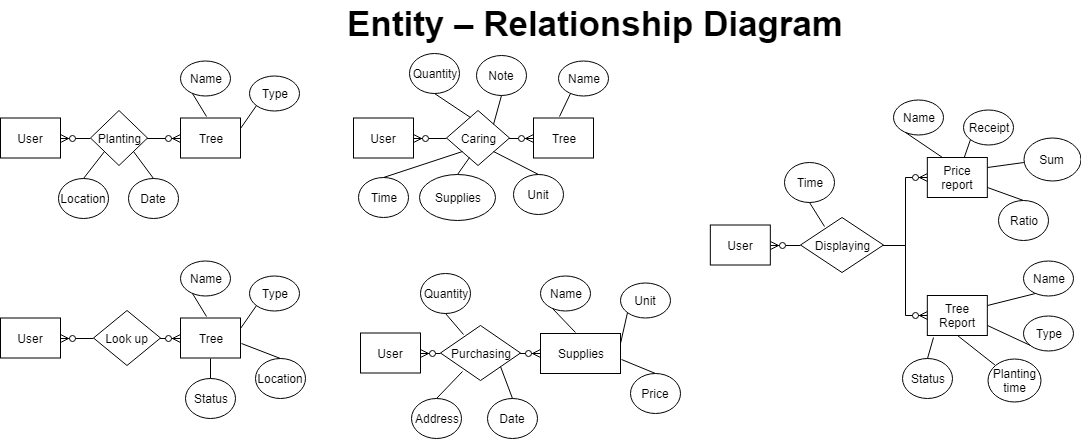
The draw.io diagram Diagram/ERD2.png in phungorquan/TREE-MANAGEMENT-AT-SCHOOL, before a commit. Source tidied: cells renumbered, new cells last; positions are measured from the earlier drawing's top-left corner, leaving out a move shared by most shapes. Source of this version:
```xml
<mxGraphModel>
  <root>
    <mxCell id="0" />
    <mxCell id="1" parent="0" />
    <mxCell id="2" value="User" style="rounded=0;whiteSpace=wrap;html=1;" parent="1" vertex="1">
      <mxGeometry y="117.5" width="60" height="40" as="geometry" />
    </mxCell>
    <mxCell id="3" style="edgeStyle=orthogonalEdgeStyle;rounded=0;jettySize=auto;html=1;endArrow=ERzeroToMany;endFill=1;" parent="1" edge="1" source="5" target="6">
      <mxGeometry relative="1" as="geometry" />
    </mxCell>
    <mxCell id="4" style="edgeStyle=orthogonalEdgeStyle;rounded=0;jettySize=auto;html=1;exitX=0;exitY=0.5;exitDx=0;exitDy=0;entryX=1;entryY=0.5;entryDx=0;entryDy=0;endArrow=ERzeroToMany;endFill=1;" parent="1" edge="1" source="5" target="2">
      <mxGeometry relative="1" as="geometry" />
    </mxCell>
    <mxCell id="5" value="Planting" style="rhombus;whiteSpace=wrap;html=1;" parent="1" vertex="1">
      <mxGeometry x="90" y="110" width="57" height="55" as="geometry" />
    </mxCell>
    <mxCell id="6" value="Tree" style="rounded=0;whiteSpace=wrap;html=1;" parent="1" vertex="1">
      <mxGeometry x="180" y="117.5" width="60" height="40" as="geometry" />
    </mxCell>
    <mxCell id="7" value="Type" style="ellipse;whiteSpace=wrap;html=1;" parent="1" vertex="1">
      <mxGeometry x="248.5" y="75" width="50" height="35" as="geometry" />
    </mxCell>
    <mxCell id="8" value="Date" style="ellipse;whiteSpace=wrap;html=1;" parent="1" vertex="1">
      <mxGeometry x="128" y="177.5" width="50" height="40" as="geometry" />
    </mxCell>
    <mxCell id="9" value="Location" style="ellipse;whiteSpace=wrap;html=1;" parent="1" vertex="1">
      <mxGeometry x="58" y="177.5" width="50" height="40" as="geometry" />
    </mxCell>
    <mxCell id="10" value="Name" style="ellipse;whiteSpace=wrap;html=1;" parent="1" vertex="1">
      <mxGeometry x="180" y="60" width="50" height="35" as="geometry" />
    </mxCell>
    <mxCell id="11" style="endArrow=none;html=1;entryX=0.439;entryY=-0.033;entryDx=0;entryDy=0;entryPerimeter=0;exitX=0.247;exitY=0.938;exitDx=0;exitDy=0;exitPerimeter=0;" parent="1" edge="1" source="10" target="6">
      <mxGeometry relative="1" as="geometry" />
    </mxCell>
    <mxCell id="12" style="endArrow=none;html=1;entryX=1;entryY=0.25;entryDx=0;entryDy=0;exitX=0;exitY=1;exitDx=0;exitDy=0;" parent="1" edge="1" source="7" target="6">
      <mxGeometry relative="1" as="geometry" />
    </mxCell>
    <mxCell id="13" style="endArrow=none;html=1;entryX=0.5;entryY=0;entryDx=0;entryDy=0;exitX=1;exitY=1;exitDx=0;exitDy=0;" parent="1" edge="1" source="5" target="8">
      <mxGeometry relative="1" as="geometry" />
    </mxCell>
    <mxCell id="14" style="endArrow=none;html=1;entryX=0.5;entryY=0;entryDx=0;entryDy=0;exitX=0;exitY=1;exitDx=0;exitDy=0;" parent="1" edge="1" source="5" target="9">
      <mxGeometry relative="1" as="geometry" />
    </mxCell>
    <mxCell id="15" value="User" style="rounded=0;whiteSpace=wrap;html=1;" parent="1" vertex="1">
      <mxGeometry x="353" y="117.5" width="60" height="40" as="geometry" />
    </mxCell>
    <mxCell id="16" style="edgeStyle=orthogonalEdgeStyle;rounded=0;jettySize=auto;html=1;endArrow=ERzeroToMany;endFill=1;" parent="1" edge="1" source="18" target="19">
      <mxGeometry relative="1" as="geometry" />
    </mxCell>
    <mxCell id="17" style="edgeStyle=orthogonalEdgeStyle;rounded=0;jettySize=auto;html=1;exitX=0;exitY=0.5;exitDx=0;exitDy=0;entryX=1;entryY=0.5;entryDx=0;entryDy=0;endArrow=ERzeroToMany;endFill=1;" parent="1" edge="1" source="18" target="15">
      <mxGeometry relative="1" as="geometry" />
    </mxCell>
    <mxCell id="18" value="Caring" style="rhombus;whiteSpace=wrap;html=1;" parent="1" vertex="1">
      <mxGeometry x="446" y="110" width="63" height="55" as="geometry" />
    </mxCell>
    <mxCell id="19" value="Tree" style="rounded=0;whiteSpace=wrap;html=1;" parent="1" vertex="1">
      <mxGeometry x="533" y="117.5" width="60" height="40" as="geometry" />
    </mxCell>
    <mxCell id="20" value="Unit" style="ellipse;whiteSpace=wrap;html=1;" parent="1" vertex="1">
      <mxGeometry x="513" y="174" width="50" height="40" as="geometry" />
    </mxCell>
    <mxCell id="21" value="Time" style="ellipse;whiteSpace=wrap;html=1;" parent="1" vertex="1">
      <mxGeometry x="358" y="177" width="50" height="40" as="geometry" />
    </mxCell>
    <mxCell id="22" value="Name" style="ellipse;whiteSpace=wrap;html=1;" parent="1" vertex="1">
      <mxGeometry x="558" y="60" width="50" height="35" as="geometry" />
    </mxCell>
    <mxCell id="23" style="endArrow=none;html=1;entryX=0.439;entryY=-0.033;entryDx=0;entryDy=0;entryPerimeter=0;exitX=0.247;exitY=0.938;exitDx=0;exitDy=0;exitPerimeter=0;" parent="1" edge="1" source="22" target="19">
      <mxGeometry relative="1" as="geometry" />
    </mxCell>
    <mxCell id="24" style="endArrow=none;html=1;entryX=0.5;entryY=0;entryDx=0;entryDy=0;exitX=1;exitY=1;exitDx=0;exitDy=0;" parent="1" edge="1" source="18" target="20">
      <mxGeometry relative="1" as="geometry" />
    </mxCell>
    <mxCell id="25" style="endArrow=none;html=1;entryX=0.5;entryY=0;entryDx=0;entryDy=0;exitX=0;exitY=1;exitDx=0;exitDy=0;" parent="1" edge="1" source="18" target="21">
      <mxGeometry relative="1" as="geometry" />
    </mxCell>
    <mxCell id="26" value="Note" style="ellipse;whiteSpace=wrap;html=1;" parent="1" vertex="1">
      <mxGeometry x="476" y="55" width="50" height="40" as="geometry" />
    </mxCell>
    <mxCell id="27" value="Quantity" style="ellipse;whiteSpace=wrap;html=1;" parent="1" vertex="1">
      <mxGeometry x="409" y="52.5" width="50" height="40" as="geometry" />
    </mxCell>
    <mxCell id="28" value="Supplies" style="ellipse;whiteSpace=wrap;html=1;" parent="1" vertex="1">
      <mxGeometry x="419" y="174" width="76" height="46" as="geometry" />
    </mxCell>
    <mxCell id="29" style="endArrow=none;html=1;entryX=0.5;entryY=1;entryDx=0;entryDy=0;exitX=1;exitY=0;exitDx=0;exitDy=0;" parent="1" edge="1" source="18" target="26">
      <mxGeometry relative="1" as="geometry" />
    </mxCell>
    <mxCell id="30" style="endArrow=none;html=1;entryX=0.5;entryY=1;entryDx=0;entryDy=0;exitX=0.387;exitY=0.121;exitDx=0;exitDy=0;exitPerimeter=0;" parent="1" edge="1" source="18" target="27">
      <mxGeometry relative="1" as="geometry" />
    </mxCell>
    <mxCell id="31" style="endArrow=none;html=1;entryX=0.5;entryY=0;entryDx=0;entryDy=0;exitX=0.373;exitY=0.848;exitDx=0;exitDy=0;exitPerimeter=0;" parent="1" edge="1" source="18" target="28">
      <mxGeometry relative="1" as="geometry" />
    </mxCell>
    <mxCell id="32" value="User" style="rounded=0;whiteSpace=wrap;html=1;" parent="1" vertex="1">
      <mxGeometry y="317.5" width="60" height="40" as="geometry" />
    </mxCell>
    <mxCell id="33" style="edgeStyle=orthogonalEdgeStyle;rounded=0;jettySize=auto;html=1;endArrow=ERzeroToMany;endFill=1;" parent="1" edge="1" source="35" target="36">
      <mxGeometry relative="1" as="geometry" />
    </mxCell>
    <mxCell id="34" style="edgeStyle=orthogonalEdgeStyle;rounded=0;jettySize=auto;html=1;exitX=0;exitY=0.5;exitDx=0;exitDy=0;entryX=1;entryY=0.5;entryDx=0;entryDy=0;endArrow=ERzeroToMany;endFill=1;" parent="1" edge="1" source="35" target="32">
      <mxGeometry relative="1" as="geometry" />
    </mxCell>
    <mxCell id="35" value="Look up" style="rhombus;whiteSpace=wrap;html=1;" parent="1" vertex="1">
      <mxGeometry x="93" y="310" width="67" height="55" as="geometry" />
    </mxCell>
    <mxCell id="36" value="Tree" style="rounded=0;whiteSpace=wrap;html=1;" parent="1" vertex="1">
      <mxGeometry x="180" y="317.5" width="60" height="40" as="geometry" />
    </mxCell>
    <mxCell id="37" value="Type" style="ellipse;whiteSpace=wrap;html=1;" parent="1" vertex="1">
      <mxGeometry x="248.5" y="275" width="50" height="35" as="geometry" />
    </mxCell>
    <mxCell id="38" value="Status" style="ellipse;whiteSpace=wrap;html=1;" parent="1" vertex="1">
      <mxGeometry x="185" y="377.5" width="50" height="40" as="geometry" />
    </mxCell>
    <mxCell id="39" value="Location" style="ellipse;whiteSpace=wrap;html=1;" parent="1" vertex="1">
      <mxGeometry x="255" y="357.5" width="50" height="40" as="geometry" />
    </mxCell>
    <mxCell id="40" value="Name" style="ellipse;whiteSpace=wrap;html=1;" parent="1" vertex="1">
      <mxGeometry x="180" y="260" width="50" height="35" as="geometry" />
    </mxCell>
    <mxCell id="41" style="endArrow=none;html=1;entryX=0.439;entryY=-0.033;entryDx=0;entryDy=0;entryPerimeter=0;exitX=0.247;exitY=0.938;exitDx=0;exitDy=0;exitPerimeter=0;" parent="1" edge="1" source="40" target="36">
      <mxGeometry relative="1" as="geometry" />
    </mxCell>
    <mxCell id="42" style="endArrow=none;html=1;entryX=1;entryY=0.25;entryDx=0;entryDy=0;exitX=0;exitY=1;exitDx=0;exitDy=0;" parent="1" edge="1" source="37" target="36">
      <mxGeometry relative="1" as="geometry" />
    </mxCell>
    <mxCell id="43" style="endArrow=none;html=1;entryX=0.5;entryY=0;entryDx=0;entryDy=0;exitX=0.5;exitY=1;exitDx=0;exitDy=0;" parent="1" edge="1" source="36" target="38">
      <mxGeometry relative="1" as="geometry" />
    </mxCell>
    <mxCell id="44" style="endArrow=none;html=1;entryX=0.5;entryY=0;entryDx=0;entryDy=0;exitX=1.017;exitY=0.646;exitDx=0;exitDy=0;exitPerimeter=0;" parent="1" edge="1" source="36" target="39">
      <mxGeometry relative="1" as="geometry" />
    </mxCell>
    <mxCell id="45" value="User" style="rounded=0;whiteSpace=wrap;html=1;" parent="1" vertex="1">
      <mxGeometry x="360" y="332.5" width="60" height="40" as="geometry" />
    </mxCell>
    <mxCell id="46" style="edgeStyle=orthogonalEdgeStyle;rounded=0;jettySize=auto;html=1;endArrow=ERzeroToMany;endFill=1;" parent="1" edge="1" source="48" target="49">
      <mxGeometry relative="1" as="geometry" />
    </mxCell>
    <mxCell id="47" style="edgeStyle=orthogonalEdgeStyle;rounded=0;jettySize=auto;html=1;exitX=0;exitY=0.5;exitDx=0;exitDy=0;entryX=1;entryY=0.5;entryDx=0;entryDy=0;endArrow=ERzeroToMany;endFill=1;" parent="1" edge="1" source="48" target="45">
      <mxGeometry relative="1" as="geometry" />
    </mxCell>
    <mxCell id="48" value="Purchasing" style="rhombus;whiteSpace=wrap;html=1;" parent="1" vertex="1">
      <mxGeometry x="440" y="325" width="80" height="55" as="geometry" />
    </mxCell>
    <mxCell id="49" value="Supplies" style="rounded=0;whiteSpace=wrap;html=1;" parent="1" vertex="1">
      <mxGeometry x="540" y="333" width="80" height="40" as="geometry" />
    </mxCell>
    <mxCell id="50" value="Unit" style="ellipse;whiteSpace=wrap;html=1;" parent="1" vertex="1">
      <mxGeometry x="620" y="282.5" width="50" height="35" as="geometry" />
    </mxCell>
    <mxCell id="51" value="Price" style="ellipse;whiteSpace=wrap;html=1;" parent="1" vertex="1">
      <mxGeometry x="630" y="372.5" width="50" height="40" as="geometry" />
    </mxCell>
    <mxCell id="52" value="Name" style="ellipse;whiteSpace=wrap;html=1;" parent="1" vertex="1">
      <mxGeometry x="540" y="275" width="50" height="35" as="geometry" />
    </mxCell>
    <mxCell id="53" style="endArrow=none;html=1;entryX=0.439;entryY=-0.033;entryDx=0;entryDy=0;entryPerimeter=0;exitX=0.247;exitY=0.938;exitDx=0;exitDy=0;exitPerimeter=0;" parent="1" edge="1" source="52" target="49">
      <mxGeometry relative="1" as="geometry" />
    </mxCell>
    <mxCell id="54" style="endArrow=none;html=1;entryX=1;entryY=0.25;entryDx=0;entryDy=0;exitX=0;exitY=1;exitDx=0;exitDy=0;" parent="1" edge="1" source="50" target="49">
      <mxGeometry relative="1" as="geometry" />
    </mxCell>
    <mxCell id="55" style="endArrow=none;html=1;entryX=0.5;entryY=0;entryDx=0;entryDy=0;exitX=1.017;exitY=0.646;exitDx=0;exitDy=0;exitPerimeter=0;" parent="1" edge="1" source="49" target="51">
      <mxGeometry relative="1" as="geometry" />
    </mxCell>
    <mxCell id="56" value="Address" style="ellipse;whiteSpace=wrap;html=1;" parent="1" vertex="1">
      <mxGeometry x="410.5" y="397.5" width="50" height="40" as="geometry" />
    </mxCell>
    <mxCell id="57" value="Quantity" style="ellipse;whiteSpace=wrap;html=1;" parent="1" vertex="1">
      <mxGeometry x="420" y="272.5" width="50" height="40" as="geometry" />
    </mxCell>
    <mxCell id="58" value="Date" style="ellipse;whiteSpace=wrap;html=1;" parent="1" vertex="1">
      <mxGeometry x="487" y="397.5" width="50" height="40" as="geometry" />
    </mxCell>
    <mxCell id="59" style="endArrow=none;html=1;entryX=0.28;entryY=0.83;entryDx=0;entryDy=0;entryPerimeter=0;exitX=0.5;exitY=0;exitDx=0;exitDy=0;" parent="1" edge="1" source="56" target="48">
      <mxGeometry relative="1" as="geometry" />
    </mxCell>
    <mxCell id="60" style="endArrow=none;html=1;entryX=1;entryY=1;entryDx=0;entryDy=0;exitX=0.5;exitY=0;exitDx=0;exitDy=0;" parent="1" edge="1" source="58" target="48">
      <mxGeometry relative="1" as="geometry" />
    </mxCell>
    <mxCell id="61" style="endArrow=none;html=1;entryX=0.293;entryY=0.164;entryDx=0;entryDy=0;entryPerimeter=0;exitX=0.5;exitY=1;exitDx=0;exitDy=0;" parent="1" edge="1" source="57" target="48">
      <mxGeometry relative="1" as="geometry" />
    </mxCell>
    <mxCell id="62" value="User" style="rounded=0;whiteSpace=wrap;html=1;" parent="1" vertex="1">
      <mxGeometry x="709.8" y="224.5" width="60" height="40" as="geometry" />
    </mxCell>
    <mxCell id="63" style="edgeStyle=orthogonalEdgeStyle;rounded=0;jettySize=auto;html=1;exitX=0;exitY=0.5;exitDx=0;exitDy=0;entryX=1;entryY=0.5;entryDx=0;entryDy=0;endArrow=ERzeroToMany;endFill=1;" parent="1" edge="1" source="66" target="62">
      <mxGeometry relative="1" as="geometry" />
    </mxCell>
    <mxCell id="64" style="edgeStyle=orthogonalEdgeStyle;rounded=0;jettySize=auto;html=1;exitX=1;exitY=0.5;exitDx=0;exitDy=0;entryX=0;entryY=0.5;entryDx=0;entryDy=0;endArrow=ERzeroToMany;endFill=1;" parent="1" edge="1" source="66" target="67">
      <mxGeometry relative="1" as="geometry" />
    </mxCell>
    <mxCell id="65" style="edgeStyle=orthogonalEdgeStyle;rounded=0;jettySize=auto;html=1;entryX=0;entryY=0.5;entryDx=0;entryDy=0;endArrow=ERzeroToMany;endFill=1;" parent="1" edge="1" source="66" target="78">
      <mxGeometry relative="1" as="geometry" />
    </mxCell>
    <mxCell id="66" value="Displaying" style="rhombus;whiteSpace=wrap;html=1;" parent="1" vertex="1">
      <mxGeometry x="800" y="217" width="83" height="55" as="geometry" />
    </mxCell>
    <mxCell id="67" value="Price report" style="rounded=0;whiteSpace=wrap;html=1;" parent="1" vertex="1">
      <mxGeometry x="926.8" y="157" width="60" height="40" as="geometry" />
    </mxCell>
    <mxCell id="68" value="Receipt" style="ellipse;whiteSpace=wrap;html=1;" parent="1" vertex="1">
      <mxGeometry x="962.8" y="109.5" width="50" height="35" as="geometry" />
    </mxCell>
    <mxCell id="69" value="Sum" style="ellipse;whiteSpace=wrap;html=1;" parent="1" vertex="1">
      <mxGeometry x="1023" y="137" width="57" height="43" as="geometry" />
    </mxCell>
    <mxCell id="70" value="Name" style="ellipse;whiteSpace=wrap;html=1;" parent="1" vertex="1">
      <mxGeometry x="892.8" y="99.5" width="50" height="35" as="geometry" />
    </mxCell>
    <mxCell id="71" style="endArrow=none;html=1;entryX=0.25;entryY=0;entryDx=0;entryDy=0;exitX=0.247;exitY=0.938;exitDx=0;exitDy=0;exitPerimeter=0;" parent="1" edge="1" source="70" target="67">
      <mxGeometry relative="1" as="geometry" />
    </mxCell>
    <mxCell id="72" style="endArrow=none;html=1;exitX=0;exitY=1;exitDx=0;exitDy=0;" parent="1" edge="1" source="68" target="67">
      <mxGeometry relative="1" as="geometry" />
    </mxCell>
    <mxCell id="73" style="endArrow=none;html=1;exitX=1;exitY=0.25;exitDx=0;exitDy=0;" parent="1" edge="1" source="67" target="69">
      <mxGeometry relative="1" as="geometry" />
    </mxCell>
    <mxCell id="74" value="Time" style="ellipse;whiteSpace=wrap;html=1;" parent="1" vertex="1">
      <mxGeometry x="784.3" y="162" width="50" height="40" as="geometry" />
    </mxCell>
    <mxCell id="75" style="endArrow=none;html=1;entryX=0.293;entryY=0.164;entryDx=0;entryDy=0;entryPerimeter=0;exitX=0.5;exitY=1;exitDx=0;exitDy=0;" parent="1" edge="1" source="74" target="66">
      <mxGeometry relative="1" as="geometry" />
    </mxCell>
    <mxCell id="76" value="Ratio" style="ellipse;whiteSpace=wrap;html=1;" parent="1" vertex="1">
      <mxGeometry x="997.8" y="199.5" width="50" height="40" as="geometry" />
    </mxCell>
    <mxCell id="77" style="endArrow=none;html=1;entryX=0.5;entryY=0;entryDx=0;entryDy=0;exitX=1;exitY=0.75;exitDx=0;exitDy=0;" parent="1" edge="1" source="67" target="76">
      <mxGeometry relative="1" as="geometry" />
    </mxCell>
    <mxCell id="78" value="Tree Report" style="rounded=0;whiteSpace=wrap;html=1;" parent="1" vertex="1">
      <mxGeometry x="926.8" y="295" width="60" height="40" as="geometry" />
    </mxCell>
    <mxCell id="79" value="Type" style="ellipse;whiteSpace=wrap;html=1;" parent="1" vertex="1">
      <mxGeometry x="1022.8" y="315" width="50" height="35" as="geometry" />
    </mxCell>
    <mxCell id="80" value="Planting&lt;br&gt;time&lt;br&gt;" style="ellipse;whiteSpace=wrap;html=1;" parent="1" vertex="1">
      <mxGeometry x="987" y="358" width="53" height="43" as="geometry" />
    </mxCell>
    <mxCell id="81" value="Name" style="ellipse;whiteSpace=wrap;html=1;" parent="1" vertex="1">
      <mxGeometry x="1022.8" y="260" width="50" height="35" as="geometry" />
    </mxCell>
    <mxCell id="82" style="endArrow=none;html=1;entryX=1;entryY=0.25;entryDx=0;entryDy=0;exitX=0.247;exitY=0.938;exitDx=0;exitDy=0;exitPerimeter=0;" parent="1" edge="1" source="81" target="78">
      <mxGeometry relative="1" as="geometry" />
    </mxCell>
    <mxCell id="83" style="endArrow=none;html=1;exitX=0;exitY=1;exitDx=0;exitDy=0;entryX=1;entryY=0.75;entryDx=0;entryDy=0;" parent="1" edge="1" source="79" target="78">
      <mxGeometry relative="1" as="geometry" />
    </mxCell>
    <mxCell id="84" style="endArrow=none;html=1;exitX=0.5;exitY=1;exitDx=0;exitDy=0;" parent="1" edge="1" source="78" target="80">
      <mxGeometry relative="1" as="geometry" />
    </mxCell>
    <mxCell id="85" value="Status" style="ellipse;whiteSpace=wrap;html=1;" parent="1" vertex="1">
      <mxGeometry x="901.8" y="357.5" width="50" height="40" as="geometry" />
    </mxCell>
    <mxCell id="86" style="endArrow=none;html=1;entryX=0.5;entryY=0;entryDx=0;entryDy=0;exitX=0.108;exitY=1.046;exitDx=0;exitDy=0;exitPerimeter=0;" parent="1" edge="1" source="78" target="85">
      <mxGeometry relative="1" as="geometry" />
    </mxCell>
    <mxCell id="87" value="&lt;b&gt;&lt;font style=&quot;font-size: 35px&quot;&gt;Entity – Relationship Diagram&lt;/font&gt;&lt;/b&gt;" style="text;html=1;align=left;verticalAlign=top;spacingTop=-4;" parent="1" vertex="1">
      <mxGeometry x="345" width="510" height="20" as="geometry" />
    </mxCell>
  </root>
</mxGraphModel>
```
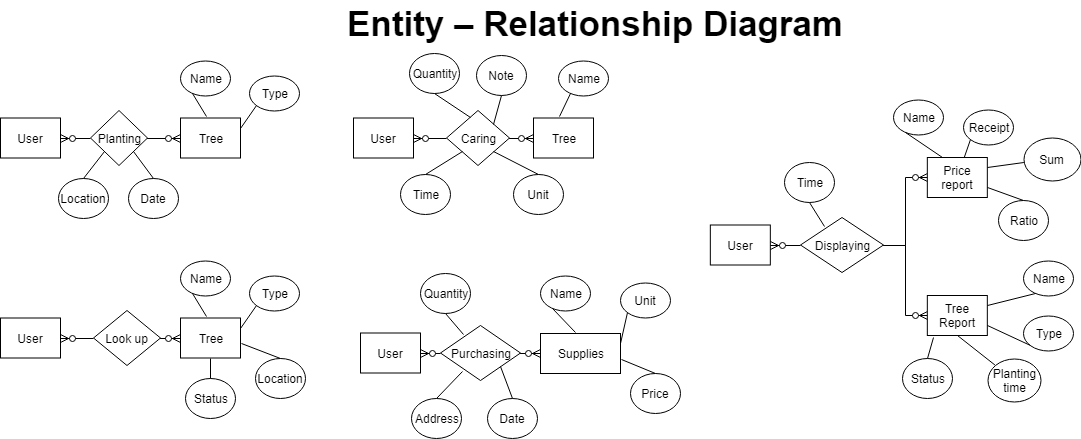
Above is the later version.

Commit message:
Xoá thuộc tính Supplies khi người dùng mua vật tư

Change to the diagram source:
```diff
@@ -60,7 +60,7 @@
       <mxGeometry x="513" y="174" width="50" height="40" as="geometry" />
     </mxCell>
     <mxCell id="21" value="Time" style="ellipse;whiteSpace=wrap;html=1;" parent="1" vertex="1">
-      <mxGeometry x="358" y="177" width="50" height="40" as="geometry" />
+      <mxGeometry x="400" y="174" width="50" height="40" as="geometry" />
     </mxCell>
     <mxCell id="22" value="Name" style="ellipse;whiteSpace=wrap;html=1;" parent="1" vertex="1">
       <mxGeometry x="558" y="60" width="50" height="35" as="geometry" />
@@ -80,18 +80,12 @@
     <mxCell id="27" value="Quantity" style="ellipse;whiteSpace=wrap;html=1;" parent="1" vertex="1">
       <mxGeometry x="409" y="52.5" width="50" height="40" as="geometry" />
     </mxCell>
-    <mxCell id="28" value="Supplies" style="ellipse;whiteSpace=wrap;html=1;" parent="1" vertex="1">
-      <mxGeometry x="419" y="174" width="76" height="46" as="geometry" />
-    </mxCell>
     <mxCell id="29" style="endArrow=none;html=1;entryX=0.5;entryY=1;entryDx=0;entryDy=0;exitX=1;exitY=0;exitDx=0;exitDy=0;" parent="1" edge="1" source="18" target="26">
       <mxGeometry relative="1" as="geometry" />
     </mxCell>
     <mxCell id="30" style="endArrow=none;html=1;entryX=0.5;entryY=1;entryDx=0;entryDy=0;exitX=0.387;exitY=0.121;exitDx=0;exitDy=0;exitPerimeter=0;" parent="1" edge="1" source="18" target="27">
       <mxGeometry relative="1" as="geometry" />
     </mxCell>
-    <mxCell id="31" style="endArrow=none;html=1;entryX=0.5;entryY=0;entryDx=0;entryDy=0;exitX=0.373;exitY=0.848;exitDx=0;exitDy=0;exitPerimeter=0;" parent="1" edge="1" source="18" target="28">
-      <mxGeometry relative="1" as="geometry" />
-    </mxCell>
     <mxCell id="32" value="User" style="rounded=0;whiteSpace=wrap;html=1;" parent="1" vertex="1">
       <mxGeometry y="317.5" width="60" height="40" as="geometry" />
     </mxCell>
```
